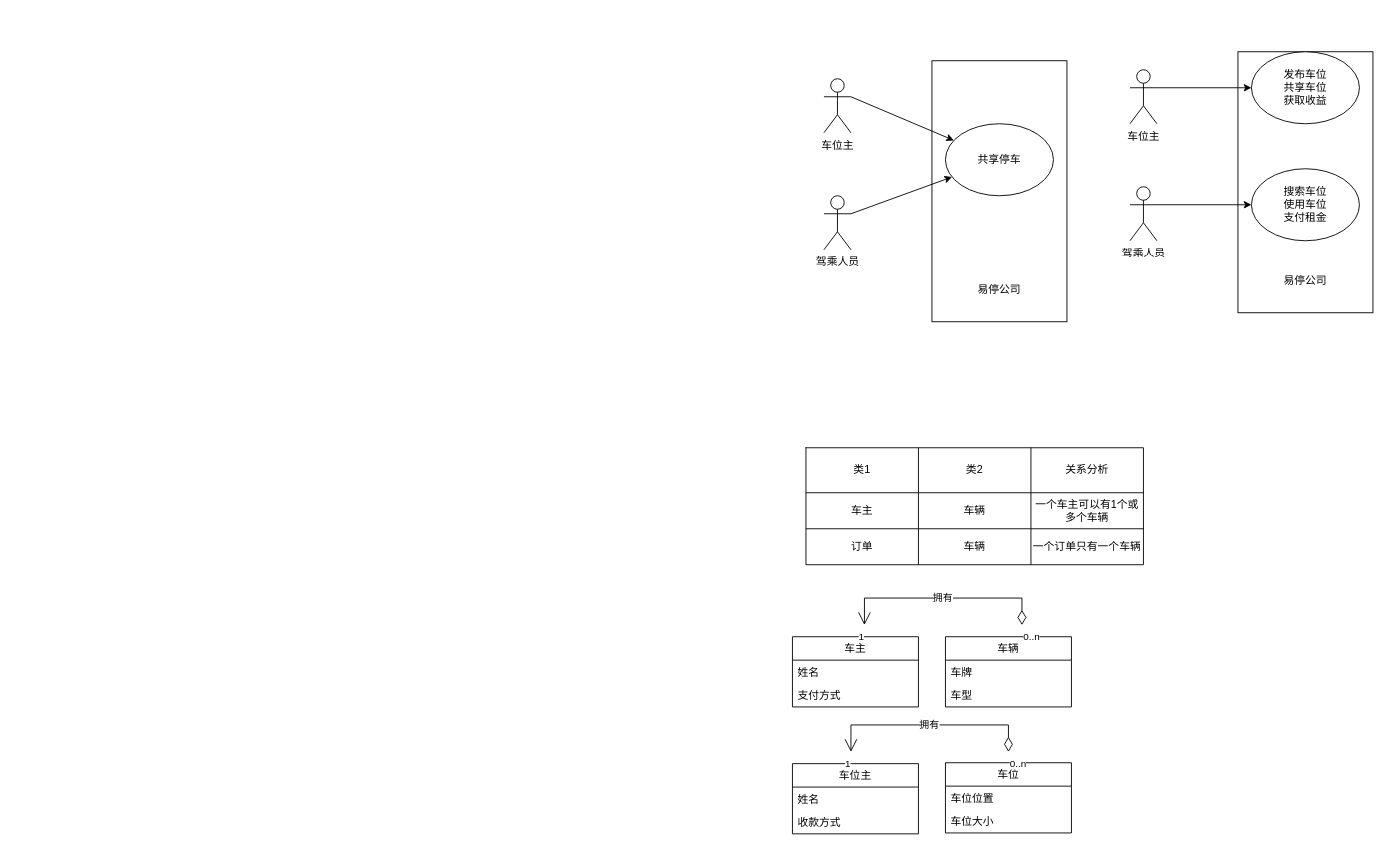
Before: 类图.drawio in nggegeya/fight, a draw.io diagram. Source tidied: cells renumbered, new cells numbered last; positions are measured from the earlier drawing's top-left corner, leaving out a move shared by most shapes. Both pictures are drawn from the tidied source at 90%, with x=0, y=0 at pixel (792, 51).
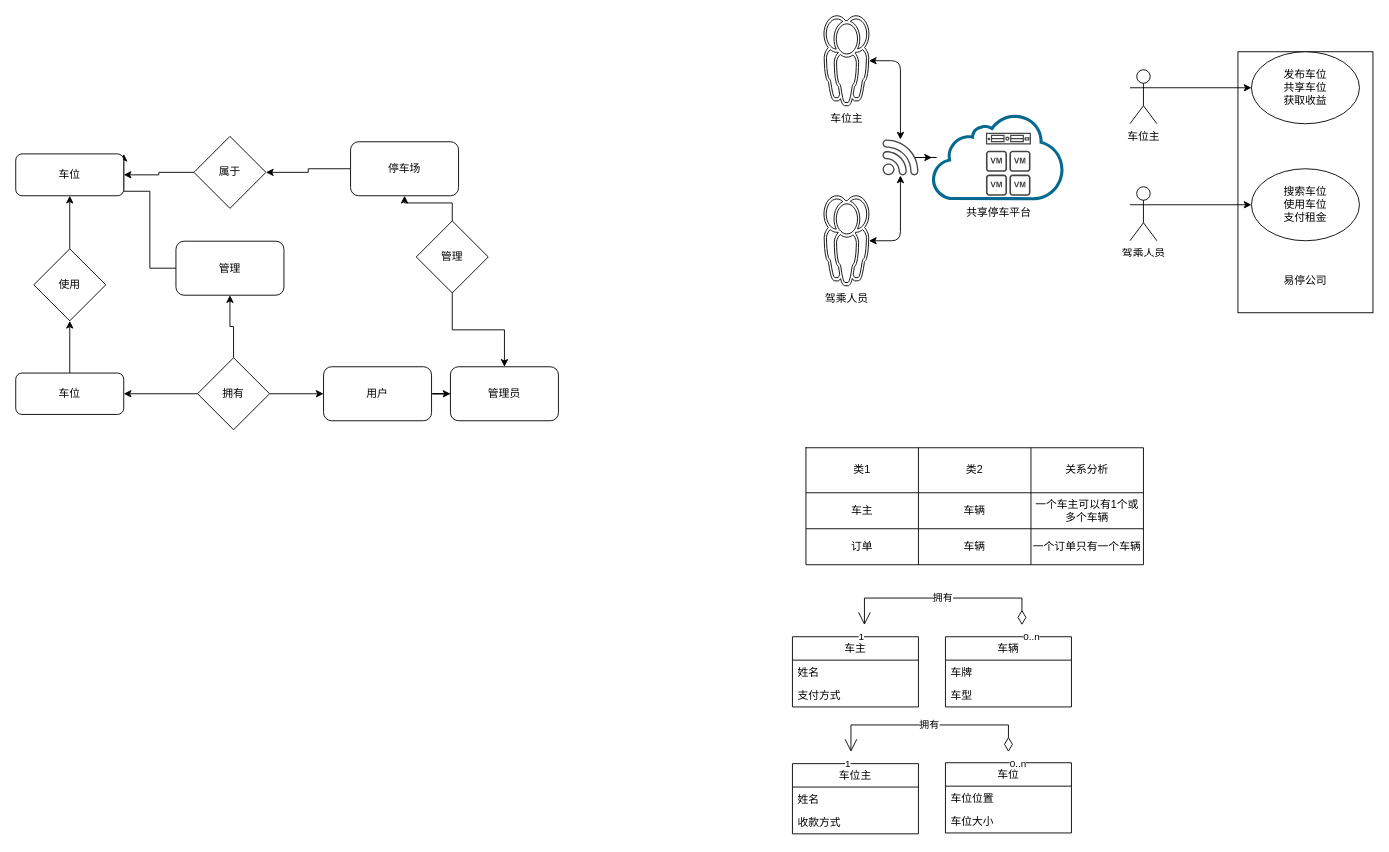
Above is the later version.

Diff of the diagram source:
```diff
@@
+    <mxCell id="49" style="endArrow=classic;startArrow=classic;html=1;fontColor=rgb(0, 0, 0);fontFamily=Helvetica;fontSize=11;align=center;strokeColor=rgb(0, 0, 0);edgeStyle=orthogonalEdgeStyle;" parent="1" edge="1" source="2" target="55">
+      <mxGeometry relative="1" as="geometry" />
+    </mxCell>
-    <mxCell id="2" value="车位主&lt;br&gt;" style="shape=umlActor;verticalLabelPosition=bottom;verticalAlign=top;html=1;outlineConnect=0;" parent="1" vertex="1">
-      <mxGeometry x="35" y="30" width="30" height="60" as="geometry" />
+    <mxCell id="2" value="车位主&lt;br&gt;" style="sketch=0;shadow=0;dashed=0;html=1;strokeColor=rgb(0, 0, 0);fillColor=rgb(255, 255, 255);labelPosition=center;verticalLabelPosition=bottom;verticalAlign=top;align=center;outlineConnect=0;shape=mxgraph.vvd.user_group;fontFamily=Helvetica;fontSize=12;fontColor=rgb(0, 0, 0);" parent="1" vertex="1">
+      <mxGeometry x="35" y="-40" width="50" height="100" as="geometry" />
     </mxCell>
-    <mxCell id="3" style="rounded=0;whiteSpace=wrap;html=1;" parent="1" vertex="1">
-      <mxGeometry x="155" y="10" width="150" height="290" as="geometry" />
-    </mxCell>
-    <mxCell id="4" style="endArrow=classic;html=1;rounded=0;exitX=1;exitY=0.3333333333333333;exitDx=0;exitDy=0;exitPerimeter=0;" parent="1" edge="1" source="2" target="7">
-      <mxGeometry relative="1" as="geometry" />
-    </mxCell>
+    <mxCell id="50" style="endArrow=classic;startArrow=classic;html=1;fontColor=rgb(0, 0, 0);fontFamily=Helvetica;fontSize=11;align=center;strokeColor=rgb(0, 0, 0);edgeStyle=orthogonalEdgeStyle;" parent="1" edge="1" source="5" target="55">
+      <mxGeometry relative="1" as="geometry" />
+    </mxCell>
-    <mxCell id="5" value="驾乘人员" style="shape=umlActor;verticalLabelPosition=bottom;verticalAlign=top;html=1;outlineConnect=0;" parent="1" vertex="1">
-      <mxGeometry x="35" y="160" width="30" height="60" as="geometry" />
+    <mxCell id="5" value="驾乘人员" style="sketch=0;shadow=0;dashed=0;html=1;strokeColor=rgb(0, 0, 0);fillColor=rgb(255, 255, 255);labelPosition=center;verticalLabelPosition=bottom;verticalAlign=top;align=center;outlineConnect=0;shape=mxgraph.vvd.user_group;fontFamily=Helvetica;fontSize=12;fontColor=rgb(0, 0, 0);" parent="1" vertex="1">
+      <mxGeometry x="35" y="160" width="50" height="100" as="geometry" />
     </mxCell>
-    <mxCell id="6" style="endArrow=classic;html=1;rounded=0;exitX=1;exitY=0.3333333333333333;exitDx=0;exitDy=0;exitPerimeter=0;" parent="1" edge="1" source="5" target="7">
-      <mxGeometry relative="1" as="geometry" />
-    </mxCell>
-    <mxCell id="7" value="共享停车" style="ellipse;whiteSpace=wrap;html=1;" parent="1" vertex="1">
-      <mxGeometry x="170" y="80" width="120" height="80" as="geometry" />
-    </mxCell>
-    <mxCell id="8" value="易停公司" style="text;html=1;strokeColor=none;fillColor=none;align=center;verticalAlign=middle;whiteSpace=wrap;rounded=0;" parent="1" vertex="1">
-      <mxGeometry x="200" y="250" width="60" height="30" as="geometry" />
-    </mxCell>
@@
-    <mxCell id="17" style="edgeStyle=orthogonalEdgeStyle;rounded=0;orthogonalLoop=1;jettySize=auto;html=1;exitX=0.5;exitY=1;exitDx=0;exitDy=0;" parent="1" edge="1" source="3" target="3">
-      <mxGeometry relative="1" as="geometry" />
+    <mxCell id="17" style="edgeStyle=orthogonalEdgeStyle;rounded=0;orthogonalLoop=1;jettySize=auto;html=1;exitX=0.5;exitY=1;exitDx=0;exitDy=0;" parent="1" edge="1">
+      <mxGeometry relative="1" as="geometry">
+        <mxPoint x="230" y="300" as="sourcePoint" />
+        <mxPoint x="230" y="300" as="targetPoint" />
+      </mxGeometry>
     </mxCell>
@@
+    <mxCell id="51" value="共享停车平台" style="sketch=0;shadow=0;dashed=0;html=1;strokeColor=none;labelPosition=center;verticalLabelPosition=bottom;verticalAlign=top;align=center;outlineConnect=0;shape=mxgraph.vvd.cloud_computing;fillColor=#066A90;" parent="1" vertex="1">
+      <mxGeometry x="155" y="70" width="148.4" height="95" as="geometry" />
+    </mxCell>
+    <mxCell id="52" style="sketch=0;shadow=0;dashed=0;html=1;strokeColor=none;fillColor=#434445;labelPosition=center;verticalLabelPosition=bottom;verticalAlign=top;align=center;shape=mxgraph.vvd.server;" parent="1" vertex="1">
+      <mxGeometry x="215" y="90" width="50" height="13" as="geometry" />
+    </mxCell>
+    <mxCell id="53" style="sketch=0;shadow=0;dashed=0;html=1;strokeColor=none;fillColor=#434445;labelPosition=center;verticalLabelPosition=bottom;verticalAlign=top;align=center;shape=mxgraph.vvd.vm_group;" parent="1" vertex="1">
+      <mxGeometry x="215" y="110" width="49.5" height="50" as="geometry" />
+    </mxCell>
+    <mxCell id="54" style="edgeStyle=orthogonalEdgeStyle;rounded=0;jettySize=auto;html=1;" parent="1" edge="1" source="55" target="51">
+      <mxGeometry relative="1" as="geometry" />
+    </mxCell>
+    <mxCell id="55" style="sketch=0;shadow=0;dashed=0;html=1;strokeColor=none;fillColor=#434445;labelPosition=center;verticalLabelPosition=bottom;verticalAlign=top;align=center;outlineConnect=0;shape=mxgraph.vvd.wi_fi;" parent="1" vertex="1">
+      <mxGeometry x="100" y="97.5" width="40" height="40" as="geometry" />
+    </mxCell>
+    <mxCell id="56" style="edgeStyle=orthogonalEdgeStyle;rounded=0;jettySize=auto;html=1;entryX=1;entryY=0;entryDx=0;entryDy=0;" parent="1" edge="1" source="57" target="58">
+      <mxGeometry relative="1" as="geometry">
+        <Array as="points">
+          <mxPoint x="-714" y="241" />
+          <mxPoint x="-714" y="155" />
+        </Array>
+      </mxGeometry>
+    </mxCell>
+    <mxCell id="57" value="管理" style="rounded=1;whiteSpace=wrap;html=1;" parent="1" vertex="1">
+      <mxGeometry x="-685" y="210.5" width="120" height="60" as="geometry" />
+    </mxCell>
+    <mxCell id="58" value="车位" style="rounded=1;whiteSpace=wrap;html=1;" parent="1" vertex="1">
+      <mxGeometry x="-863" y="113.5" width="120" height="46.5" as="geometry" />
+    </mxCell>
+    <mxCell id="59" style="edgeStyle=orthogonalEdgeStyle;rounded=0;jettySize=auto;html=1;" parent="1" edge="1" source="60" target="58">
+      <mxGeometry relative="1" as="geometry" />
+    </mxCell>
+    <mxCell id="60" value="使用" style="rhombus;whiteSpace=wrap;html=1;" parent="1" vertex="1">
+      <mxGeometry x="-843" y="219" width="80" height="80" as="geometry" />
+    </mxCell>
+    <mxCell id="61" style="edgeStyle=orthogonalEdgeStyle;rounded=0;jettySize=auto;html=1;" parent="1" edge="1" source="62" target="60">
+      <mxGeometry relative="1" as="geometry" />
+    </mxCell>
+    <mxCell id="62" value="车位" style="rounded=1;whiteSpace=wrap;html=1;" parent="1" vertex="1">
+      <mxGeometry x="-863" y="357" width="120" height="46" as="geometry" />
+    </mxCell>
+    <mxCell id="63" style="edgeStyle=orthogonalEdgeStyle;rounded=0;jettySize=auto;html=1;entryX=1;entryY=0.5;entryDx=0;entryDy=0;" parent="1" edge="1" source="66" target="62">
+      <mxGeometry relative="1" as="geometry" />
+    </mxCell>
+    <mxCell id="64" style="edgeStyle=orthogonalEdgeStyle;rounded=0;jettySize=auto;html=1;" parent="1" edge="1" source="66" target="68">
+      <mxGeometry relative="1" as="geometry" />
+    </mxCell>
+    <mxCell id="65" style="edgeStyle=orthogonalEdgeStyle;rounded=0;jettySize=auto;html=1;" parent="1" edge="1" source="66" target="57">
+      <mxGeometry relative="1" as="geometry" />
+    </mxCell>
+    <mxCell id="66" value="拥有" style="rhombus;whiteSpace=wrap;html=1;" parent="1" vertex="1">
+      <mxGeometry x="-661" y="340" width="80" height="80" as="geometry" />
+    </mxCell>
+    <mxCell id="67" style="edgeStyle=orthogonalEdgeStyle;rounded=0;jettySize=auto;html=1;entryX=0;entryY=0.5;entryDx=0;entryDy=0;" parent="1" edge="1" source="68" target="69">
+      <mxGeometry relative="1" as="geometry" />
+    </mxCell>
+    <mxCell id="68" value="用户" style="rounded=1;whiteSpace=wrap;html=1;" parent="1" vertex="1">
+      <mxGeometry x="-521" y="350" width="120" height="60" as="geometry" />
+    </mxCell>
+    <mxCell id="69" value="管理员" style="whiteSpace=wrap;html=1;rounded=1;" parent="1" vertex="1">
+      <mxGeometry x="-380" y="350" width="120" height="60" as="geometry" />
+    </mxCell>
+    <mxCell id="70" style="edgeStyle=orthogonalEdgeStyle;rounded=0;jettySize=auto;html=1;" parent="1" edge="1" source="72" target="76">
+      <mxGeometry relative="1" as="geometry" />
+    </mxCell>
+    <mxCell id="71" style="edgeStyle=orthogonalEdgeStyle;rounded=0;jettySize=auto;html=1;entryX=0.5;entryY=0;entryDx=0;entryDy=0;" parent="1" edge="1" source="72" target="69">
+      <mxGeometry relative="1" as="geometry" />
+    </mxCell>
+    <mxCell id="72" value="管理" style="rhombus;whiteSpace=wrap;html=1;" parent="1" vertex="1">
+      <mxGeometry x="-418" y="188" width="80" height="80" as="geometry" />
+    </mxCell>
+    <mxCell id="73" style="edgeStyle=orthogonalEdgeStyle;rounded=0;jettySize=auto;html=1;entryX=1;entryY=0.5;entryDx=0;entryDy=0;" parent="1" edge="1" source="74" target="58">
+      <mxGeometry relative="1" as="geometry" />
+    </mxCell>
+    <mxCell id="74" value="属于" style="rhombus;whiteSpace=wrap;html=1;" parent="1" vertex="1">
+      <mxGeometry x="-665" y="94" width="80" height="80" as="geometry" />
+    </mxCell>
+    <mxCell id="75" style="edgeStyle=orthogonalEdgeStyle;rounded=0;jettySize=auto;html=1;entryX=1;entryY=0.5;entryDx=0;entryDy=0;" parent="1" edge="1" source="76" target="74">
+      <mxGeometry relative="1" as="geometry" />
+    </mxCell>
+    <mxCell id="76" value="停车场" style="whiteSpace=wrap;html=1;rounded=1;" parent="1" vertex="1">
+      <mxGeometry x="-491" y="100" width="120" height="60" as="geometry" />
+    </mxCell>
```
